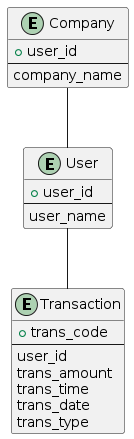
Before: cache/plantuml_img.png, a diagram exported from PlantUML (S0NM/datachat-demo). The source it was exported from:
```plantuml
@startuml
entity User {
  + user_id
  ---
  user_name
}

entity Company {
  + user_id
  ---
  company_name
}

entity Transaction {
  + trans_code
  ---
  user_id
  trans_amount
  trans_time
  trans_date
  trans_type
}

User -- Transaction
Company -- User
@enduml
```
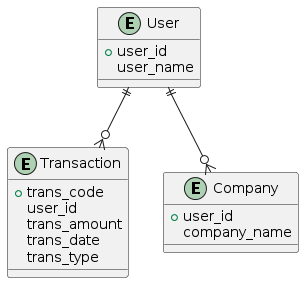
The same diagram one commit later.

Diff of the diagram source:
```diff
@@ -1,26 +1,22 @@
 @startuml
 entity User {
   + user_id
-  ---
   user_name
+}
+
+entity Transaction {
+  + trans_code
+  user_id
+  trans_amount
+  trans_date
+  trans_type
 }
 
 entity Company {
   + user_id
-  ---
   company_name
 }
 
-entity Transaction {
-  + trans_code
-  ---
-  user_id
-  trans_amount
-  trans_time
-  trans_date
-  trans_type
-}
-
-User -- Transaction
-Company -- User
+User ||--o{ Transaction
+User ||--o{ Company
 @enduml
```
